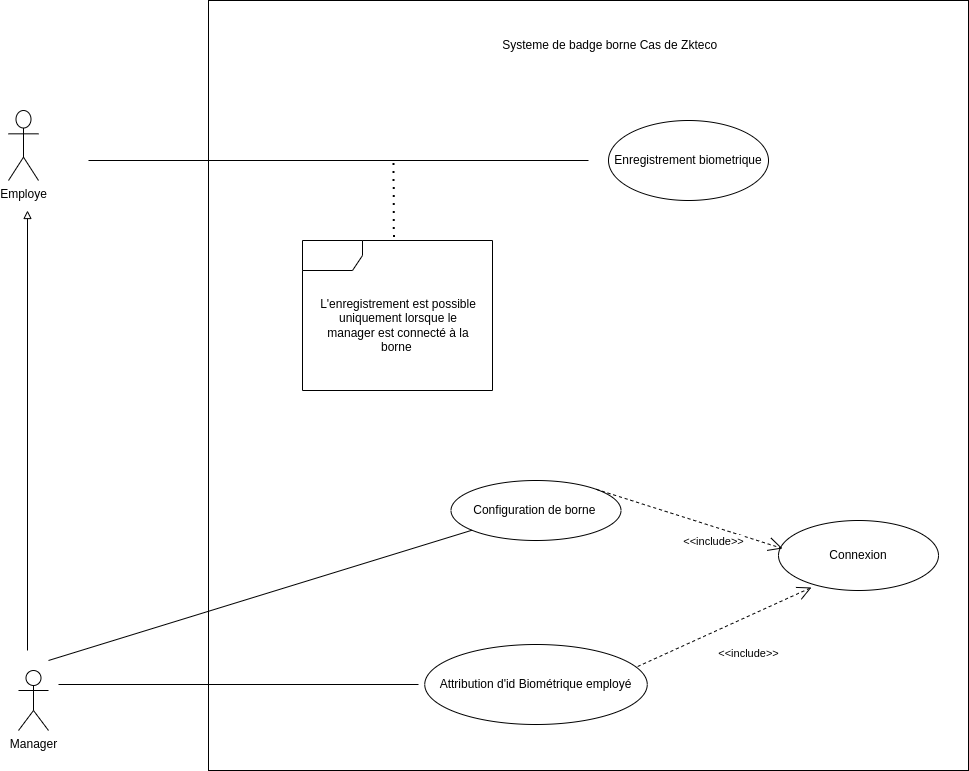
Siluearsene/borne_biometrique keeps this draw.io diagram as static/UsecaseZkteco.drawio.png. Above is the earlier version. Source tidied: cells renumbered, new cells last; positions are measured from the earlier drawing's top-left corner, leaving out a move shared by most shapes.
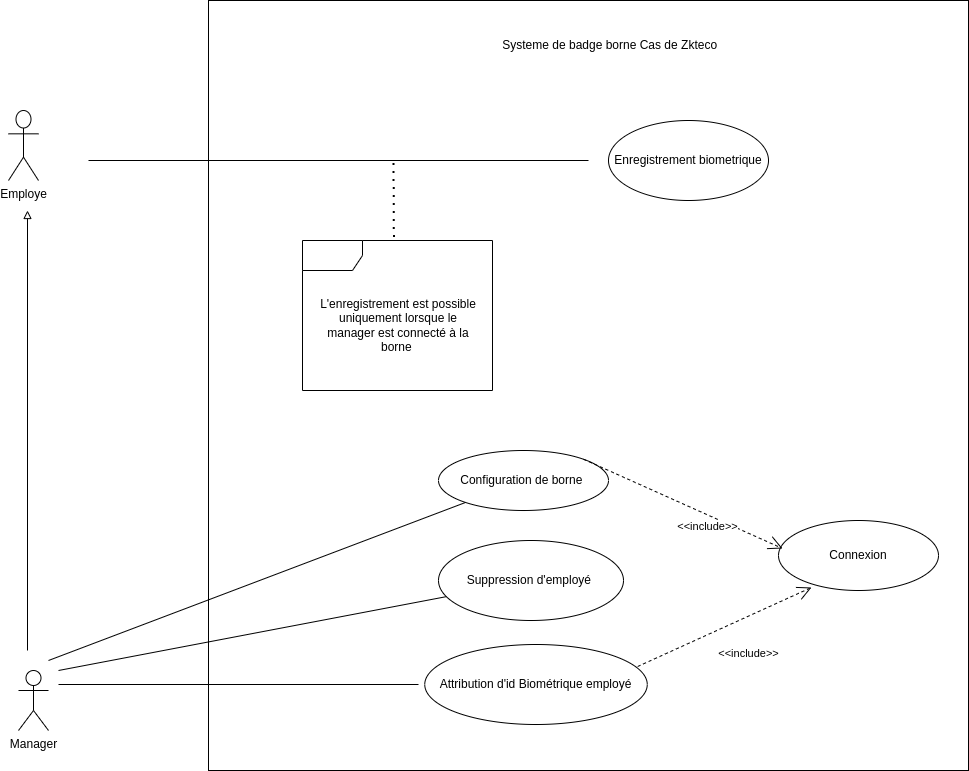
The same file after the commit.

Commit message:
Mettre à jour UsecaseZkteco.drawio.png

What changed in the source:
```diff
@@ -21,7 +21,7 @@
       </mxGeometry>
     </mxCell>
     <mxCell id="7" value="Configuration de borne&amp;nbsp;" style="ellipse;whiteSpace=wrap;html=1;" parent="1" vertex="1">
-      <mxGeometry x="442.5" y="480" width="170" height="60" as="geometry" />
+      <mxGeometry x="430" y="450" width="170" height="60" as="geometry" />
     </mxCell>
     <mxCell id="8" value="Attribution d'id Biométrique employé" style="ellipse;whiteSpace=wrap;html=1;" parent="1" vertex="1">
       <mxGeometry x="416.2" y="644" width="222.5" height="80" as="geometry" />
@@ -68,5 +68,13 @@
         <mxPoint x="29" y="25" as="offset" />
       </mxGeometry>
     </mxCell>
+    <mxCell id="21" value="Suppression d'employé&amp;nbsp;" style="ellipse;whiteSpace=wrap;html=1;" parent="1" vertex="1">
+      <mxGeometry x="430" y="540" width="185" height="80" as="geometry" />
+    </mxCell>
+    <mxCell id="22" style="endArrow=none;html=1;rounded=0;" parent="1" edge="1" target="21">
+      <mxGeometry relative="1" as="geometry">
+        <mxPoint x="50" y="670" as="sourcePoint" />
+      </mxGeometry>
+    </mxCell>
   </root>
 </mxGraphModel>
```
